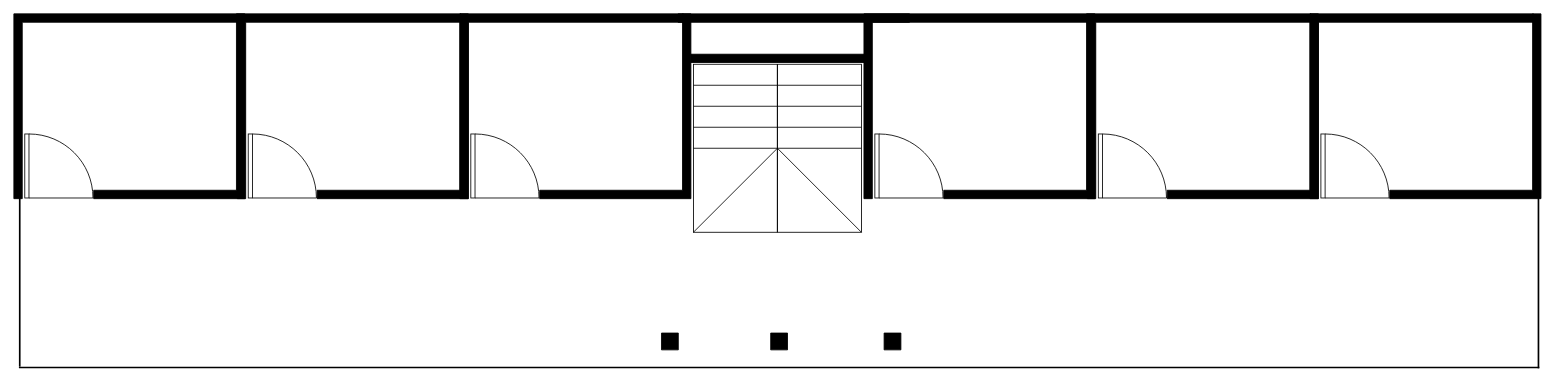
mohammadrifanmushlih17/My-Project-Draw keeps this draw.io diagram as page "1st - floor" (2 of 2) of Diagram Tanpa Judul.drawio. Above is the earlier version. Source tidied: cells renumbered, new cells numbered last; positions are measured from the earlier drawing's top-left corner, leaving out a move shared by most shapes. Both pictures are drawn from the tidied source at 84%, with x=0, y=0 at pixel (13, 13).
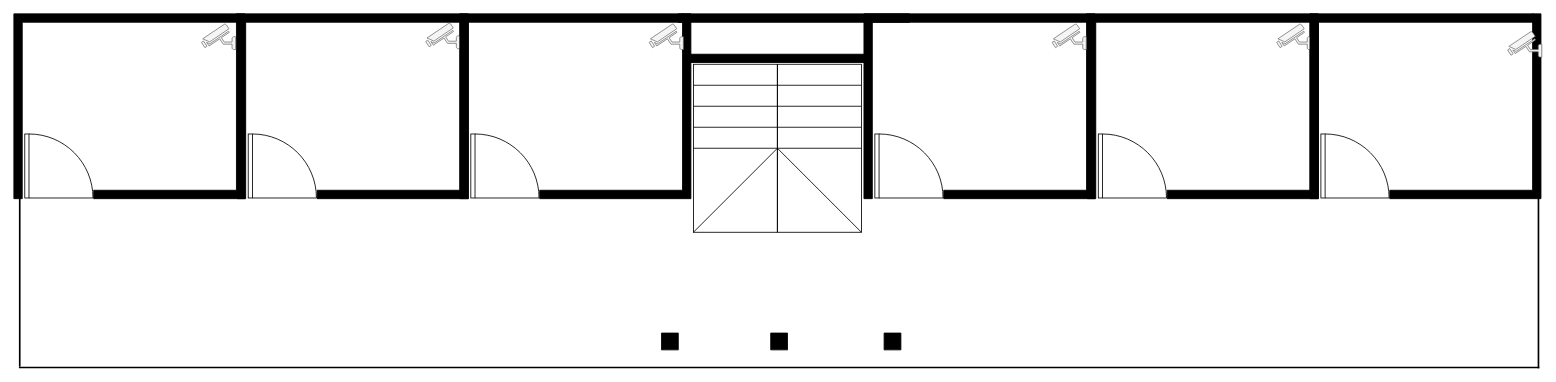
The same page after the edit.

Commit message:
add cctv Icon ad 1st - floor

The change refers to these unchanged cells:
```xml
<mxCell id="5" style="group;" parent="1" vertex="1">
  <mxGeometry x="266" width="275" height="220" as="geometry" />
</mxCell>
<mxCell id="9" style="group;" parent="1" vertex="1">
  <mxGeometry x="531" width="275" height="220" as="geometry" />
</mxCell>
<mxCell id="16" style="group;" parent="1" vertex="1">
  <mxGeometry x="1278" width="275" height="220" as="geometry" />
</mxCell>
<mxCell id="20" style="group;" parent="1" vertex="1">
  <mxGeometry x="1543" width="275" height="220" as="geometry" />
</mxCell>
```

The edit, as a diff of the source:
```diff
@@
+    <mxCell id="33" style="fontColor=#333333;verticalAlign=top;verticalLabelPosition=bottom;labelPosition=center;align=center;html=1;fillColor=#f5f5f5;strokeColor=#666666;gradientDirection=north;strokeWidth=2;shape=mxgraph.networks.security_camera;direction=east;flipH=1;" parent="5" vertex="1">
+      <mxGeometry x="224.3" y="11" width="40.7" height="30.5" as="geometry" />
+    </mxCell>
@@
+    <mxCell id="34" style="fontColor=#333333;verticalAlign=top;verticalLabelPosition=bottom;labelPosition=center;align=center;html=1;fillColor=#f5f5f5;strokeColor=#666666;gradientDirection=north;strokeWidth=2;shape=mxgraph.networks.security_camera;direction=east;flipH=1;" parent="9" vertex="1">
+      <mxGeometry x="225.3" y="12" width="40.7" height="30.5" as="geometry" />
+    </mxCell>
@@
+    <mxCell id="35" style="fontColor=#333333;verticalAlign=top;verticalLabelPosition=bottom;labelPosition=center;align=center;html=1;fillColor=#f5f5f5;strokeColor=#666666;gradientDirection=north;strokeWidth=2;shape=mxgraph.networks.security_camera;direction=east;flipH=1;" parent="16" vertex="1">
+      <mxGeometry x="225.3" y="12" width="40.7" height="30.5" as="geometry" />
+    </mxCell>
@@
+    <mxCell id="36" style="fontColor=#333333;verticalAlign=top;verticalLabelPosition=bottom;labelPosition=center;align=center;html=1;fillColor=#f5f5f5;strokeColor=#666666;gradientDirection=north;strokeWidth=2;shape=mxgraph.networks.security_camera;direction=east;flipH=1;" parent="20" vertex="1">
+      <mxGeometry x="235.3" y="21" width="40.7" height="30.5" as="geometry" />
+    </mxCell>
@@
+    <mxCell id="37" style="fontColor=#333333;verticalAlign=top;verticalLabelPosition=bottom;labelPosition=center;align=center;html=1;fillColor=#f5f5f5;strokeColor=#666666;gradientDirection=north;strokeWidth=2;shape=mxgraph.networks.security_camera;direction=east;flipH=1;" parent="1" vertex="1">
+      <mxGeometry x="1236" y="12" width="40.7" height="30.5" as="geometry" />
+    </mxCell>
+    <mxCell id="38" style="fontColor=#333333;verticalAlign=top;verticalLabelPosition=bottom;labelPosition=center;align=center;html=1;fillColor=#f5f5f5;strokeColor=#666666;gradientDirection=north;strokeWidth=2;shape=mxgraph.networks.security_camera;direction=east;flipH=1;" parent="1" vertex="1">
+      <mxGeometry x="223.3" y="12" width="40.7" height="30.5" as="geometry" />
+    </mxCell>
```
